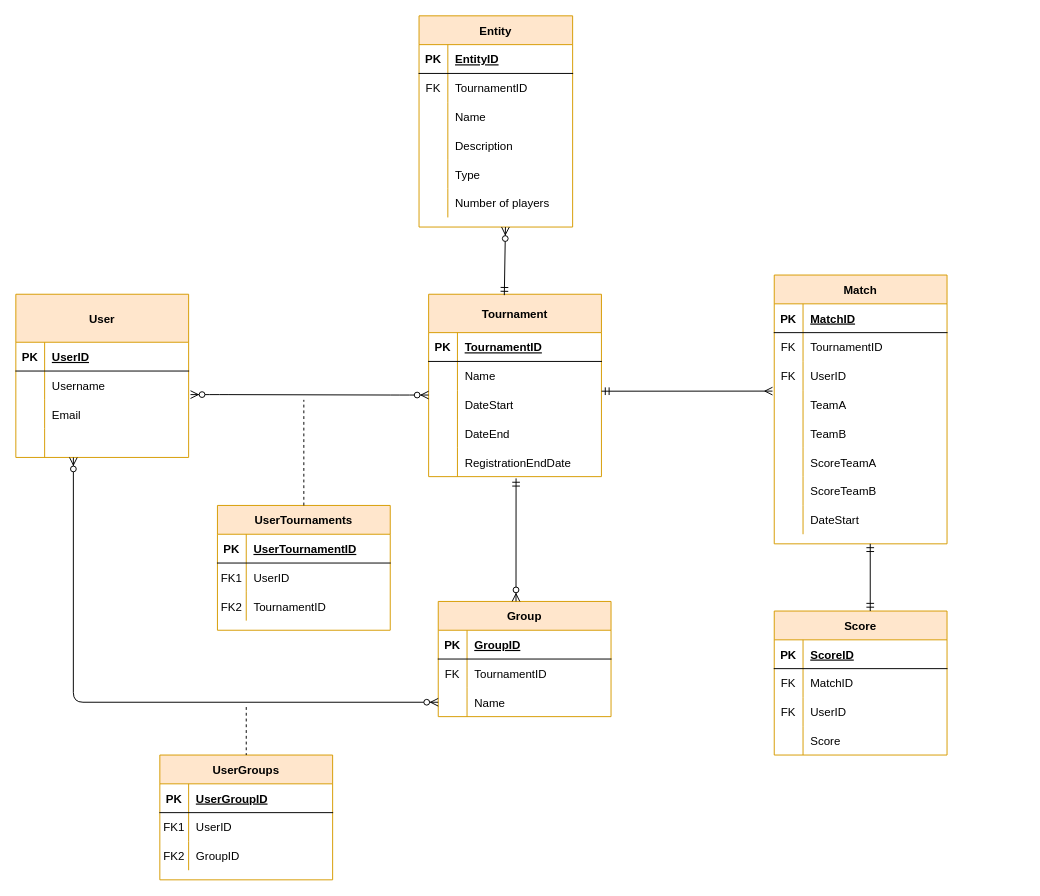
The draw.io diagram royalrumbet.drawio in maneran/royal-rumbet, before the edit. Source tidied: cells renumbered, new cells numbered last; positions are measured from the earlier drawing's top-left corner, leaving out a move shared by most shapes. Both pictures are drawn from the tidied source at 96%, with x=0, y=0 at pixel (15, 15).
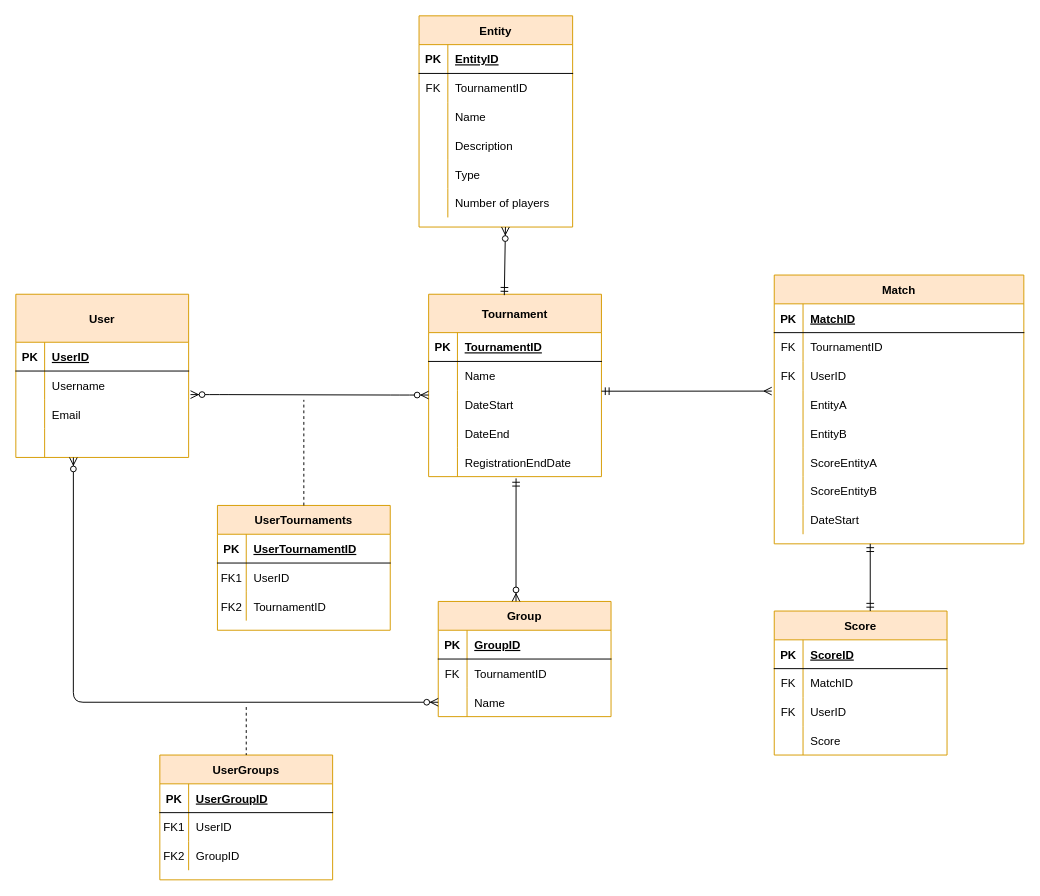
After the change.

The edit, as a diff of the source:
```diff
@@
     <mxCell id="62" value="Match" style="shape=table;startSize=30;childLayout=tableLayout;rowLines=0;fontStyle=1;align=center;strokeColor=#d79b00;fillColor=#ffe6cc;" parent="1" vertex="1">
-      <mxGeometry x="790" y="270" width="180" height="280" as="geometry" />
+      <mxGeometry x="790" y="270" width="260" height="280" as="geometry" />
     </mxCell>
     <mxCell id="63" style="shape=partialRectangle;fillColor=none;top=0;left=0;bottom=1;right=0;" parent="62" vertex="1">
-      <mxGeometry y="30" width="180" height="30" as="geometry" />
+      <mxGeometry y="30" width="260" height="30" as="geometry" />
     </mxCell>
@@
     <mxCell id="65" value="MatchID" style="shape=partialRectangle;fillColor=none;top=0;left=0;bottom=0;right=0;align=left;spacingLeft=6;fontStyle=5;overflow=hidden;" parent="63" vertex="1">
-      <mxGeometry x="30" width="150" height="30" as="geometry" />
+      <mxGeometry x="30" width="230" height="30" as="geometry" />
     </mxCell>
     <mxCell id="66" style="shape=partialRectangle;fillColor=none;top=0;left=0;bottom=0;right=0;" parent="62" vertex="1">
-      <mxGeometry y="60" width="180" height="30" as="geometry" />
+      <mxGeometry y="60" width="260" height="30" as="geometry" />
     </mxCell>
@@
     <mxCell id="68" value="TournamentID" style="shape=partialRectangle;fillColor=none;top=0;left=0;bottom=0;right=0;align=left;spacingLeft=6;overflow=hidden;" parent="66" vertex="1">
-      <mxGeometry x="30" width="150" height="30" as="geometry" />
+      <mxGeometry x="30" width="230" height="30" as="geometry" />
     </mxCell>
     <mxCell id="69" style="shape=partialRectangle;fillColor=none;top=0;left=0;bottom=0;right=0;" parent="62" vertex="1">
-      <mxGeometry y="90" width="180" height="30" as="geometry" />
+      <mxGeometry y="90" width="260" height="30" as="geometry" />
     </mxCell>
@@
     <mxCell id="71" value="UserID" style="shape=partialRectangle;fillColor=none;top=0;left=0;bottom=0;right=0;align=left;spacingLeft=6;overflow=hidden;" parent="69" vertex="1">
-      <mxGeometry x="30" width="150" height="30" as="geometry" />
+      <mxGeometry x="30" width="230" height="30" as="geometry" />
     </mxCell>
     <mxCell id="72" style="shape=partialRectangle;fillColor=none;top=0;left=0;bottom=0;right=0;points=[[0,0.5],[1,0.5]];portConstraint=eastwest;" parent="62" vertex="1">
-      <mxGeometry y="120" width="180" height="30" as="geometry" />
+      <mxGeometry y="120" width="260" height="30" as="geometry" />
     </mxCell>
@@
-    <mxCell id="74" value="TeamA" style="shape=partialRectangle;fillColor=none;top=0;left=0;bottom=0;right=0;align=left;spacingLeft=6;overflow=hidden;" parent="72" vertex="1">
-      <mxGeometry x="30" width="150" height="30" as="geometry" />
+    <mxCell id="74" value="EntityA" style="shape=partialRectangle;fillColor=none;top=0;left=0;bottom=0;right=0;align=left;spacingLeft=6;overflow=hidden;" parent="72" vertex="1">
+      <mxGeometry x="30" width="230" height="30" as="geometry" />
     </mxCell>
     <mxCell id="75" style="shape=partialRectangle;fillColor=none;top=0;left=0;bottom=0;right=0;" parent="62" vertex="1">
-      <mxGeometry y="150" width="180" height="30" as="geometry" />
+      <mxGeometry y="150" width="260" height="30" as="geometry" />
     </mxCell>
@@
-    <mxCell id="77" value="TeamB" style="shape=partialRectangle;fillColor=none;top=0;left=0;bottom=0;right=0;align=left;spacingLeft=6;overflow=hidden;" parent="75" vertex="1">
-      <mxGeometry x="30" width="150" height="30" as="geometry" />
+    <mxCell id="77" value="EntityB" style="shape=partialRectangle;fillColor=none;top=0;left=0;bottom=0;right=0;align=left;spacingLeft=6;overflow=hidden;" parent="75" vertex="1">
+      <mxGeometry x="30" width="230" height="30" as="geometry" />
     </mxCell>
     <mxCell id="78" style="shape=partialRectangle;fillColor=none;top=0;left=0;bottom=0;right=0;" parent="62" vertex="1">
-      <mxGeometry y="180" width="180" height="30" as="geometry" />
+      <mxGeometry y="180" width="260" height="30" as="geometry" />
     </mxCell>
@@
-    <mxCell id="80" value="ScoreTeamA" style="shape=partialRectangle;fillColor=none;top=0;left=0;bottom=0;right=0;align=left;spacingLeft=6;overflow=hidden;" parent="78" vertex="1">
-      <mxGeometry x="30" width="150" height="30" as="geometry" />
+    <mxCell id="80" value="ScoreEntityA" style="shape=partialRectangle;fillColor=none;top=0;left=0;bottom=0;right=0;align=left;spacingLeft=6;overflow=hidden;" parent="78" vertex="1">
+      <mxGeometry x="30" width="230" height="30" as="geometry" />
     </mxCell>
     <mxCell id="81" style="shape=partialRectangle;fillColor=none;top=0;left=0;bottom=0;right=0;" parent="62" vertex="1">
-      <mxGeometry y="210" width="180" height="30" as="geometry" />
+      <mxGeometry y="210" width="260" height="30" as="geometry" />
     </mxCell>
@@
-    <mxCell id="83" value="ScoreTeamB" style="shape=partialRectangle;fillColor=none;top=0;left=0;bottom=0;right=0;align=left;spacingLeft=6;overflow=hidden;" parent="81" vertex="1">
-      <mxGeometry x="30" width="150" height="30" as="geometry" />
+    <mxCell id="83" value="ScoreEntityB" style="shape=partialRectangle;fillColor=none;top=0;left=0;bottom=0;right=0;align=left;spacingLeft=6;overflow=hidden;" parent="81" vertex="1">
+      <mxGeometry x="30" width="230" height="30" as="geometry" />
     </mxCell>
     <mxCell id="84" style="shape=partialRectangle;fillColor=none;top=0;left=0;bottom=0;right=0;" parent="62" vertex="1">
-      <mxGeometry y="240" width="180" height="30" as="geometry" />
+      <mxGeometry y="240" width="260" height="30" as="geometry" />
     </mxCell>
@@
     <mxCell id="86" value="DateStart" style="shape=partialRectangle;fillColor=none;top=0;left=0;bottom=0;right=0;align=left;spacingLeft=6;overflow=hidden;" parent="84" vertex="1">
-      <mxGeometry x="30" width="150" height="30" as="geometry" />
+      <mxGeometry x="30" width="230" height="30" as="geometry" />
     </mxCell>
```
